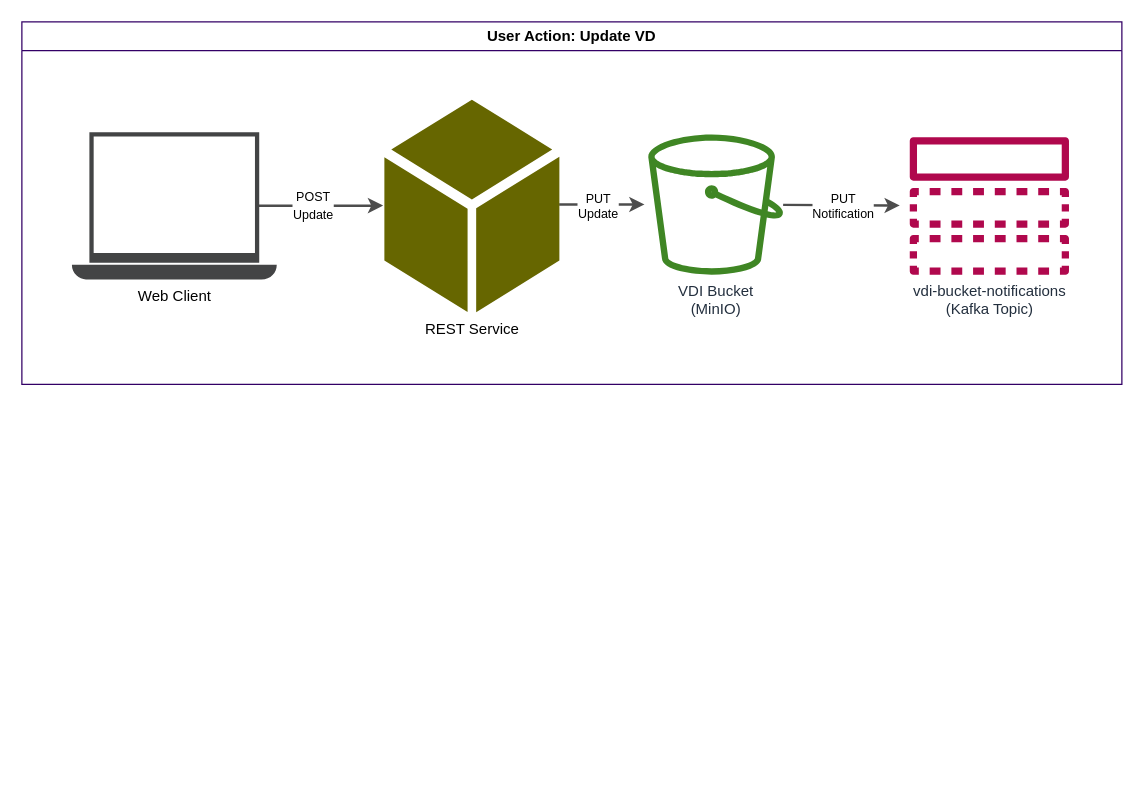
VEuPathDB/VDI keeps this draw.io diagram as page "user-action-update" (3 of 5) of docs/design/1.0/diagrams/vdi.drawio. Above is the earlier version. Source tidied: cells renumbered, new cells numbered last; positions are measured from the earlier drawing's top-left corner, leaving out a move shared by most shapes. Both pictures are drawn from the tidied source at 125%, with x=0, y=0 at pixel (21, 21).
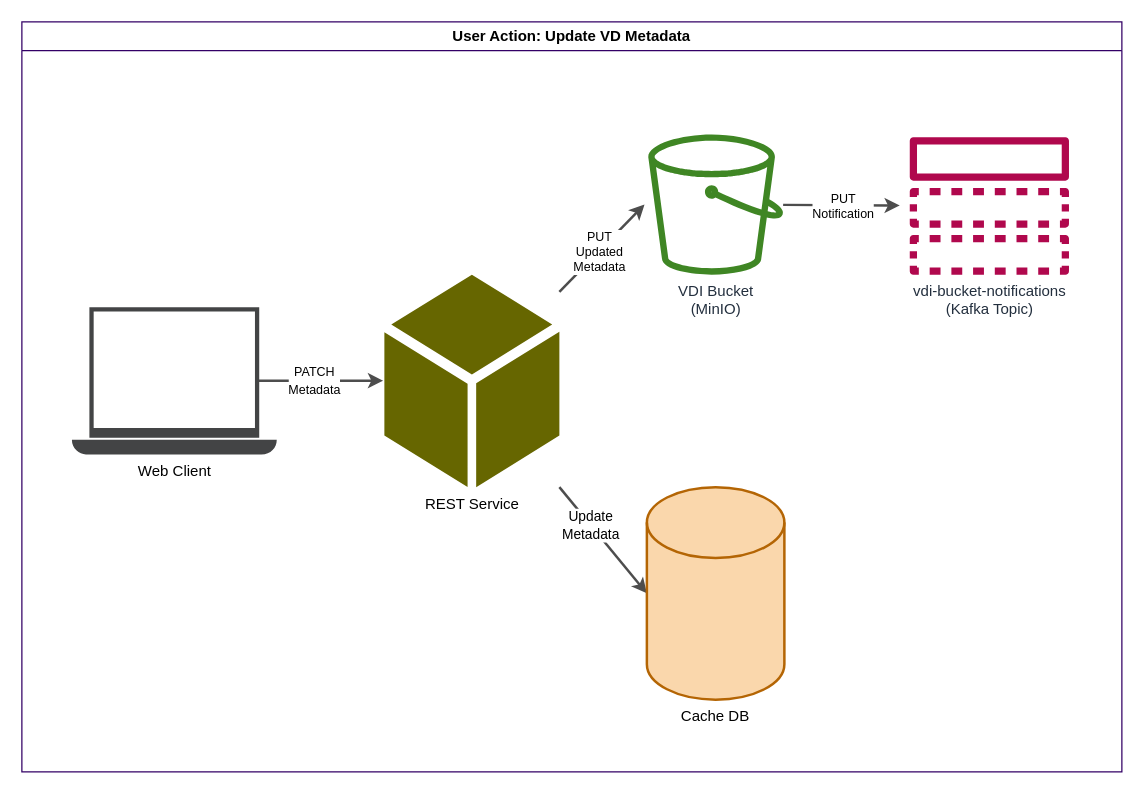
Above is the later version.

Change to the diagram source:
```diff
@@
 <mxGraphModel>
   <root>
     <mxCell id="0" />
     <mxCell id="1" parent="0" />
-    <mxCell id="2" value="User Action: Update VD" style="swimlane;whiteSpace=wrap;html=1;strokeColor=#330066;" parent="1" vertex="1">
-      <mxGeometry width="880" height="290" as="geometry" />
+    <mxCell id="2" value="User Action: Update VD Metadata" style="swimlane;whiteSpace=wrap;html=1;strokeColor=#330066;" parent="1" vertex="1">
+      <mxGeometry width="880" height="600" as="geometry" />
     </mxCell>
     <mxCell id="3" style="edgeStyle=none;rounded=0;orthogonalLoop=1;jettySize=auto;html=1;strokeColor=#4D4D4D;strokeWidth=2;targetPerimeterSpacing=8;" parent="2" edge="1">
       <mxGeometry relative="1" as="geometry">
-        <mxPoint x="189" y="147.1" as="sourcePoint" />
-        <mxPoint x="289" y="147" as="targetPoint" />
+        <mxPoint x="189" y="287" as="sourcePoint" />
+        <mxPoint x="289" y="287" as="targetPoint" />
       </mxGeometry>
     </mxCell>
-    <mxCell id="4" value="&lt;div&gt;&lt;font style=&quot;font-size: 10px;&quot;&gt;&lt;font style=&quot;font-size: 9px;&quot;&gt;&lt;font style=&quot;font-size: 10px;&quot;&gt;POST&lt;/font&gt;&lt;/font&gt;&lt;/font&gt;&lt;/div&gt;&lt;div&gt;&lt;font style=&quot;font-size: 10px;&quot;&gt;&lt;font style=&quot;font-size: 9px;&quot;&gt;&lt;font style=&quot;font-size: 10px;&quot;&gt;Update&lt;/font&gt;&lt;/font&gt;&lt;/font&gt;&lt;/div&gt;" style="edgeLabel;html=1;align=center;verticalAlign=middle;" parent="3" vertex="1">
+    <mxCell id="4" value="&lt;div&gt;&lt;font style=&quot;font-size: 10px;&quot;&gt;&lt;font style=&quot;font-size: 9px;&quot;&gt;&lt;font style=&quot;font-size: 10px;&quot;&gt;PATCH&lt;/font&gt;&lt;/font&gt;&lt;/font&gt;&lt;/div&gt;&lt;div&gt;&lt;font style=&quot;font-size: 10px;&quot;&gt;&lt;font style=&quot;font-size: 9px;&quot;&gt;&lt;font style=&quot;font-size: 10px;&quot;&gt;Metadata&lt;/font&gt;&lt;/font&gt;&lt;/font&gt;&lt;/div&gt;" style="edgeLabel;html=1;align=center;verticalAlign=middle;" parent="3" vertex="1">
       <mxGeometry x="-0.13" y="1" relative="1" as="geometry" />
     </mxCell>
     <mxCell id="5" value="Web Client" style="sketch=0;shadow=0;dashed=0;html=1;strokeColor=none;fillColor=#434445;labelPosition=center;verticalLabelPosition=bottom;verticalAlign=top;align=center;shape=mxgraph.vvd.laptop;" parent="2" vertex="1">
-      <mxGeometry x="40" y="88.2" width="163.9" height="118" as="geometry" />
+      <mxGeometry x="40" y="228.2" width="163.9" height="118" as="geometry" />
     </mxCell>
     <mxCell id="6" style="rounded=0;orthogonalLoop=1;jettySize=auto;html=1;strokeColor=#4D4D4D;strokeWidth=2;targetPerimeterSpacing=8;" parent="2" edge="1">
       <mxGeometry relative="1" as="geometry">
-        <mxPoint x="429.8" y="146.1" as="sourcePoint" />
+        <mxPoint x="430" y="216" as="sourcePoint" />
         <mxPoint x="498.1" y="146.1" as="targetPoint" />
       </mxGeometry>
     </mxCell>
-    <mxCell id="7" value="&lt;div&gt;PUT&lt;/div&gt;&lt;div&gt;Update&lt;br&gt;&lt;/div&gt;" style="edgeLabel;html=1;align=center;verticalAlign=middle;fontSize=10;" parent="6" vertex="1">
+    <mxCell id="7" value="&lt;div&gt;PUT&lt;/div&gt;&lt;div&gt;Updated&lt;br&gt;&lt;/div&gt;&lt;div&gt;Metadata&lt;/div&gt;" style="edgeLabel;html=1;align=center;verticalAlign=middle;fontSize=10;" parent="6" vertex="1">
       <mxGeometry x="-0.08" relative="1" as="geometry" />
     </mxCell>
     <mxCell id="8" style="edgeStyle=none;rounded=0;jettySize=auto;html=1;strokeColor=#4D4D4D;strokeWidth=2;targetPerimeterSpacing=8;" parent="2" edge="1" source="10" target="11">
       <mxGeometry relative="1" as="geometry" />
     </mxCell>
     <mxCell id="9" value="&lt;div&gt;PUT&lt;/div&gt;&lt;div&gt;Notification&lt;br&gt;&lt;/div&gt;" style="edgeLabel;html=1;align=center;verticalAlign=middle;fontSize=10;" parent="8" vertex="1">
       <mxGeometry x="-0.13" relative="1" as="geometry">
         <mxPoint x="7" as="offset" />
       </mxGeometry>
     </mxCell>
     <mxCell id="10" value="VDI Bucket&lt;br&gt;(MinIO)" style="sketch=0;outlineConnect=0;fontColor=#232F3E;gradientColor=none;fillColor=#3F8624;strokeColor=none;dashed=0;verticalLabelPosition=bottom;verticalAlign=top;align=center;html=1;fontSize=12;fontStyle=0;shape=mxgraph.aws4.bucket;" parent="2" vertex="1">
       <mxGeometry x="501.1" y="90" width="107.9" height="112.2" as="geometry" />
     </mxCell>
     <mxCell id="11" value="vdi-bucket-notifications&lt;br&gt;(Kafka Topic)" style="sketch=0;outlineConnect=0;fontColor=#232F3E;gradientColor=none;fillColor=#B0084D;strokeColor=none;dashed=0;verticalLabelPosition=bottom;verticalAlign=top;align=center;html=1;fontSize=12;fontStyle=0;shape=mxgraph.aws4.topic;" parent="2" vertex="1">
       <mxGeometry x="710" y="92.3" width="128" height="110" as="geometry" />
     </mxCell>
+    <mxCell id="13" style="edgeStyle=none;rounded=0;jettySize=auto;html=1;entryX=0;entryY=0.5;entryDx=0;entryDy=0;entryPerimeter=0;strokeColor=#4D4D4D;strokeWidth=2;" parent="2" edge="1" source="12" target="15">
+      <mxGeometry relative="1" as="geometry" />
+    </mxCell>
+    <mxCell id="14" value="Update&lt;br&gt;Metadata" style="edgeLabel;html=1;align=center;verticalAlign=middle;" parent="13" vertex="1">
+      <mxGeometry x="-0.29" y="-1" relative="1" as="geometry" />
+    </mxCell>
     <mxCell id="12" value="REST Service" style="sketch=0;shadow=0;dashed=0;html=1;strokeColor=none;fillColor=#666600;labelPosition=center;verticalLabelPosition=bottom;verticalAlign=top;outlineConnect=0;align=center;shape=mxgraph.office.concepts.node_generic;" parent="2" vertex="1">
-      <mxGeometry x="290" y="62.2" width="140" height="170" as="geometry" />
+      <mxGeometry x="290" y="202.2" width="140" height="170" as="geometry" />
     </mxCell>
+    <mxCell id="15" value="Cache DB" style="strokeWidth=2;html=1;shape=mxgraph.flowchart.database;whiteSpace=wrap;labelPosition=center;verticalLabelPosition=bottom;align=center;verticalAlign=top;fillColor=#fad7ac;strokeColor=#b46504;" parent="2" vertex="1">
+      <mxGeometry x="500" y="372.2" width="110" height="170" as="geometry" />
+    </mxCell>
   </root>
 </mxGraphModel>
```
